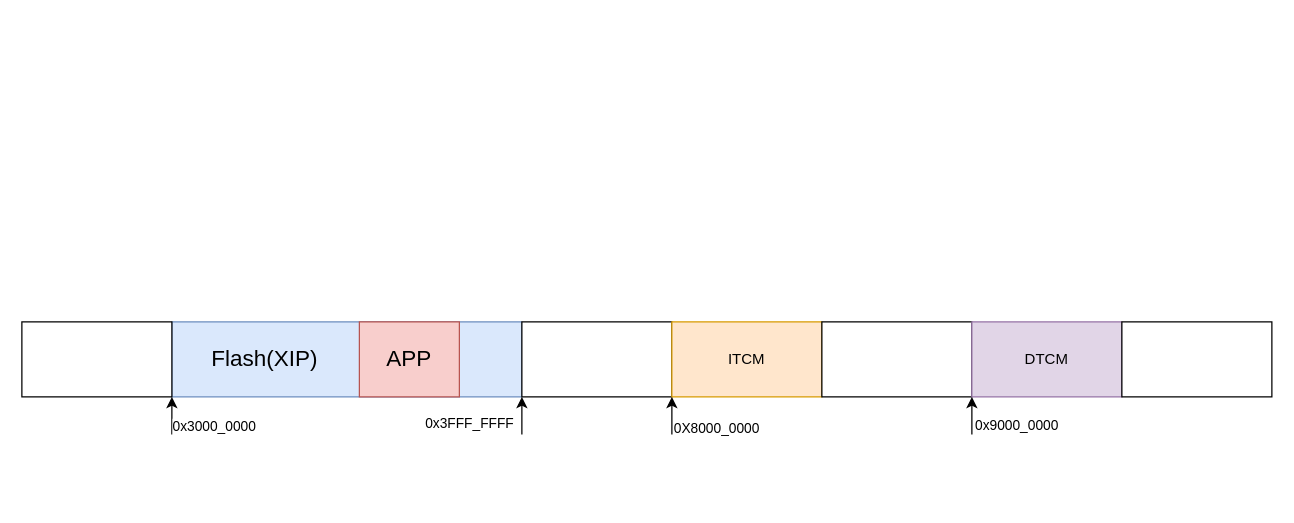
The draw.io diagram img/app_loader.drawio in leesum1/doc, before the edit. Source tidied: cells renumbered, new cells numbered last; positions are measured from the earlier drawing's top-left corner, leaving out a move shared by most shapes. Both pictures are drawn from the tidied source at 125%, with x=0, y=0 at pixel (21, 321).
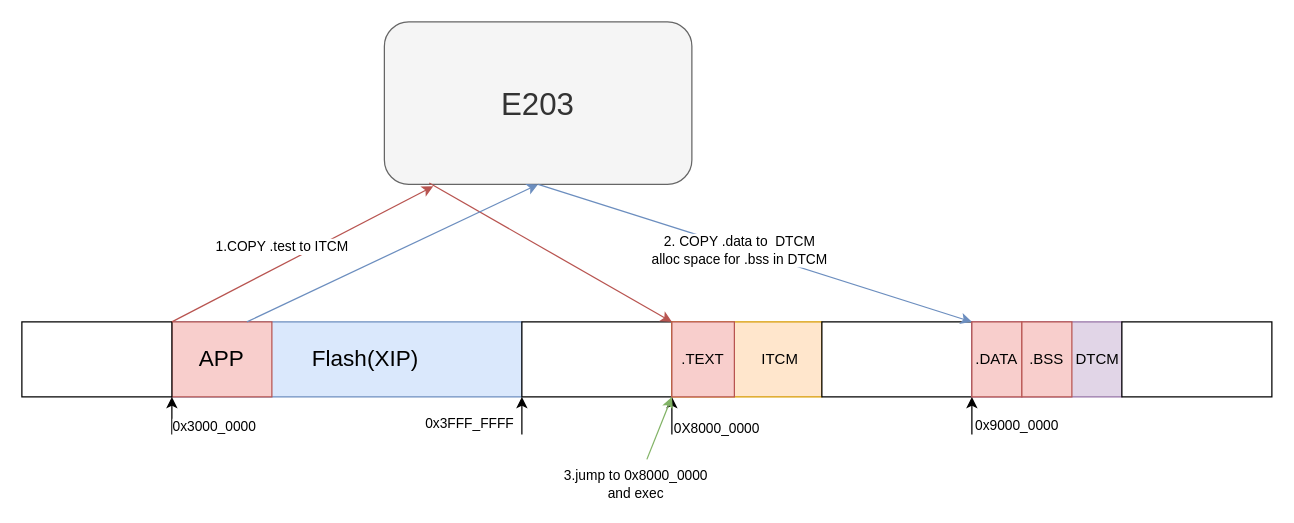
The same page after the edit.

The change refers to these unchanged cells:
```xml
<mxCell id="9" style="rounded=0;whiteSpace=wrap;html=1;" parent="1" vertex="1">
  <mxGeometry width="120" height="60" as="geometry" />
</mxCell>
```

Change to the diagram source:
```diff
@@
-    <mxCell id="2" value="&amp;nbsp; &amp;nbsp; &amp;nbsp; Flash(XIP)" style="rounded=0;whiteSpace=wrap;html=1;fontSize=18;align=left;fillColor=#dae8fc;strokeColor=#6c8ebf;" parent="1" vertex="1">
+    <mxCell id="2" value="&amp;nbsp; &amp;nbsp; &amp;nbsp; Flash(XIP)" style="rounded=0;whiteSpace=wrap;html=1;fontSize=18;align=center;fillColor=#dae8fc;strokeColor=#6c8ebf;" parent="1" vertex="1">
       <mxGeometry x="120" width="280" height="60" as="geometry" />
     </mxCell>
     <mxCell id="3" value="APP" style="rounded=0;whiteSpace=wrap;html=1;fontSize=18;fillColor=#f8cecc;strokeColor=#b85450;" parent="1" vertex="1">
-      <mxGeometry x="270" width="80" height="60" as="geometry" />
+      <mxGeometry x="120" width="80" height="60" as="geometry" />
     </mxCell>
@@
-    <mxCell id="10" value="ITCM" style="rounded=0;whiteSpace=wrap;html=1;fillColor=#ffe6cc;strokeColor=#d79b00;" parent="1" vertex="1">
+    <mxCell id="10" value="ITCM&amp;nbsp; &amp;nbsp; &amp;nbsp;" style="rounded=0;whiteSpace=wrap;html=1;fillColor=#ffe6cc;strokeColor=#d79b00;align=right;" parent="1" vertex="1">
       <mxGeometry x="520" width="120" height="60" as="geometry" />
     </mxCell>
@@
-    <mxCell id="14" value="DTCM" style="rounded=0;whiteSpace=wrap;html=1;fillColor=#e1d5e7;strokeColor=#9673a6;" parent="1" vertex="1">
+    <mxCell id="14" value="DTCM" style="rounded=0;whiteSpace=wrap;html=1;fillColor=#e1d5e7;strokeColor=#9673a6;align=right;" parent="1" vertex="1">
       <mxGeometry x="760" width="120" height="60" as="geometry" />
     </mxCell>
@@
+    <mxCell id="18" value="E203" style="rounded=1;whiteSpace=wrap;html=1;fillColor=#f5f5f5;fontColor=#333333;strokeColor=#666666;fontSize=25;" parent="1" vertex="1">
+      <mxGeometry x="290" y="-240" width="246" height="130" as="geometry" />
+    </mxCell>
+    <mxCell id="19" style="endArrow=classic;html=1;rounded=0;exitX=1;exitY=0;exitDx=0;exitDy=0;entryX=0.159;entryY=1.012;entryDx=0;entryDy=0;entryPerimeter=0;fillColor=#f8cecc;strokeColor=#b85450;" parent="1" edge="1" source="9" target="18">
+      <mxGeometry relative="1" as="geometry" />
+    </mxCell>
+    <mxCell id="20" value="1.COPY .test to ITCM" style="edgeLabel;html=1;align=center;verticalAlign=middle;" parent="19" vertex="1">
+      <mxGeometry x="-0.17" y="-1" relative="1" as="geometry">
+        <mxPoint y="-16" as="offset" />
+      </mxGeometry>
+    </mxCell>
+    <mxCell id="21" style="endArrow=classic;html=1;rounded=0;exitX=0.146;exitY=0.992;exitDx=0;exitDy=0;exitPerimeter=0;entryX=0;entryY=0;entryDx=0;entryDy=0;fillColor=#f8cecc;strokeColor=#b85450;" parent="1" edge="1" source="18" target="10">
+      <mxGeometry relative="1" as="geometry" />
+    </mxCell>
+    <mxCell id="22" style="endArrow=classic;html=1;rounded=0;entryX=0.5;entryY=1;entryDx=0;entryDy=0;fillColor=#dae8fc;strokeColor=#6c8ebf;" parent="1" edge="1" target="18">
+      <mxGeometry relative="1" as="geometry">
+        <mxPoint x="180" as="sourcePoint" />
+      </mxGeometry>
+    </mxCell>
+    <mxCell id="23" style="endArrow=classic;html=1;rounded=0;exitX=0.5;exitY=1;exitDx=0;exitDy=0;entryX=0;entryY=0;entryDx=0;entryDy=0;fillColor=#dae8fc;strokeColor=#6c8ebf;" parent="1" edge="1" source="18" target="14">
+      <mxGeometry relative="1" as="geometry" />
+    </mxCell>
+    <mxCell id="24" value="2. COPY .data to&amp;nbsp; DTCM&lt;br&gt;alloc space for .bss in DTCM" style="edgeLabel;html=1;align=center;verticalAlign=middle;" parent="23" vertex="1">
+      <mxGeometry x="-0.07" y="-2" relative="1" as="geometry" />
+    </mxCell>
+    <mxCell id="25" value=".TEXT" style="rounded=0;whiteSpace=wrap;html=1;fillColor=#f8cecc;strokeColor=#b85450;" parent="1" vertex="1">
+      <mxGeometry x="520" width="50" height="60" as="geometry" />
+    </mxCell>
+    <mxCell id="26" value=".DATA" style="rounded=0;whiteSpace=wrap;html=1;fillColor=#f8cecc;strokeColor=#b85450;" parent="1" vertex="1">
+      <mxGeometry x="760" width="40" height="60" as="geometry" />
+    </mxCell>
+    <mxCell id="27" value=".BSS" style="rounded=0;whiteSpace=wrap;html=1;fillColor=#f8cecc;strokeColor=#b85450;" parent="1" vertex="1">
+      <mxGeometry x="800" width="40" height="60" as="geometry" />
+    </mxCell>
+    <mxCell id="28" style="endArrow=classic;html=1;rounded=0;entryX=0;entryY=1;entryDx=0;entryDy=0;fillColor=#d5e8d4;strokeColor=#82b366;" parent="1" edge="1" target="25">
+      <mxGeometry relative="1" as="geometry">
+        <mxPoint x="500" y="110" as="sourcePoint" />
+      </mxGeometry>
+    </mxCell>
+    <mxCell id="29" value="3.jump to 0x8000_0000&lt;br&gt;and exec" style="edgeLabel;html=1;align=center;verticalAlign=middle;" parent="28" vertex="1">
+      <mxGeometry x="-0.6" relative="1" as="geometry">
+        <mxPoint x="-14" y="30" as="offset" />
+      </mxGeometry>
+    </mxCell>
```
